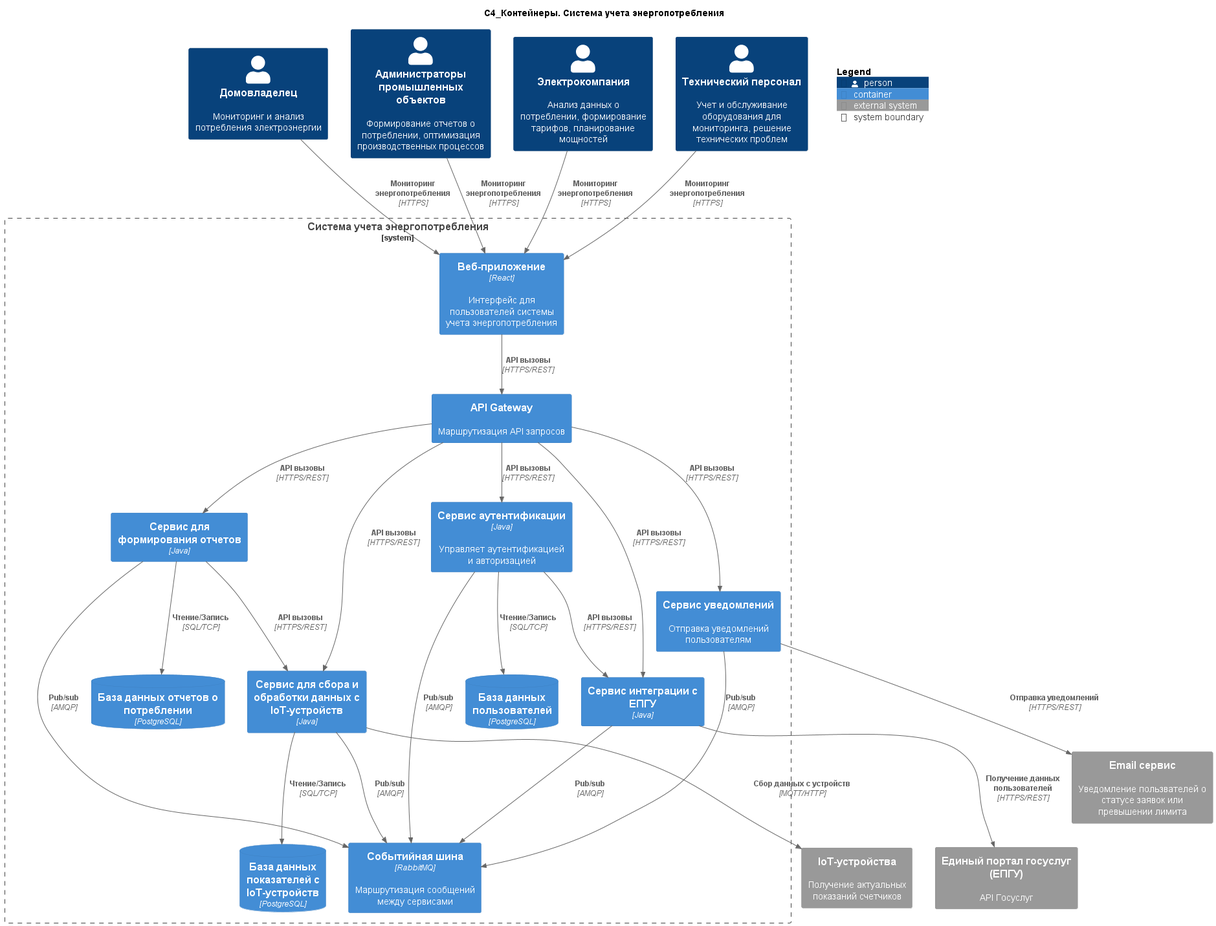
Earlier version of the PlantUML export out/2. Технический проект/container/Диаграмма контейнеров.png (I1yaMatveev/SoftwareDevelopmentTechnology).
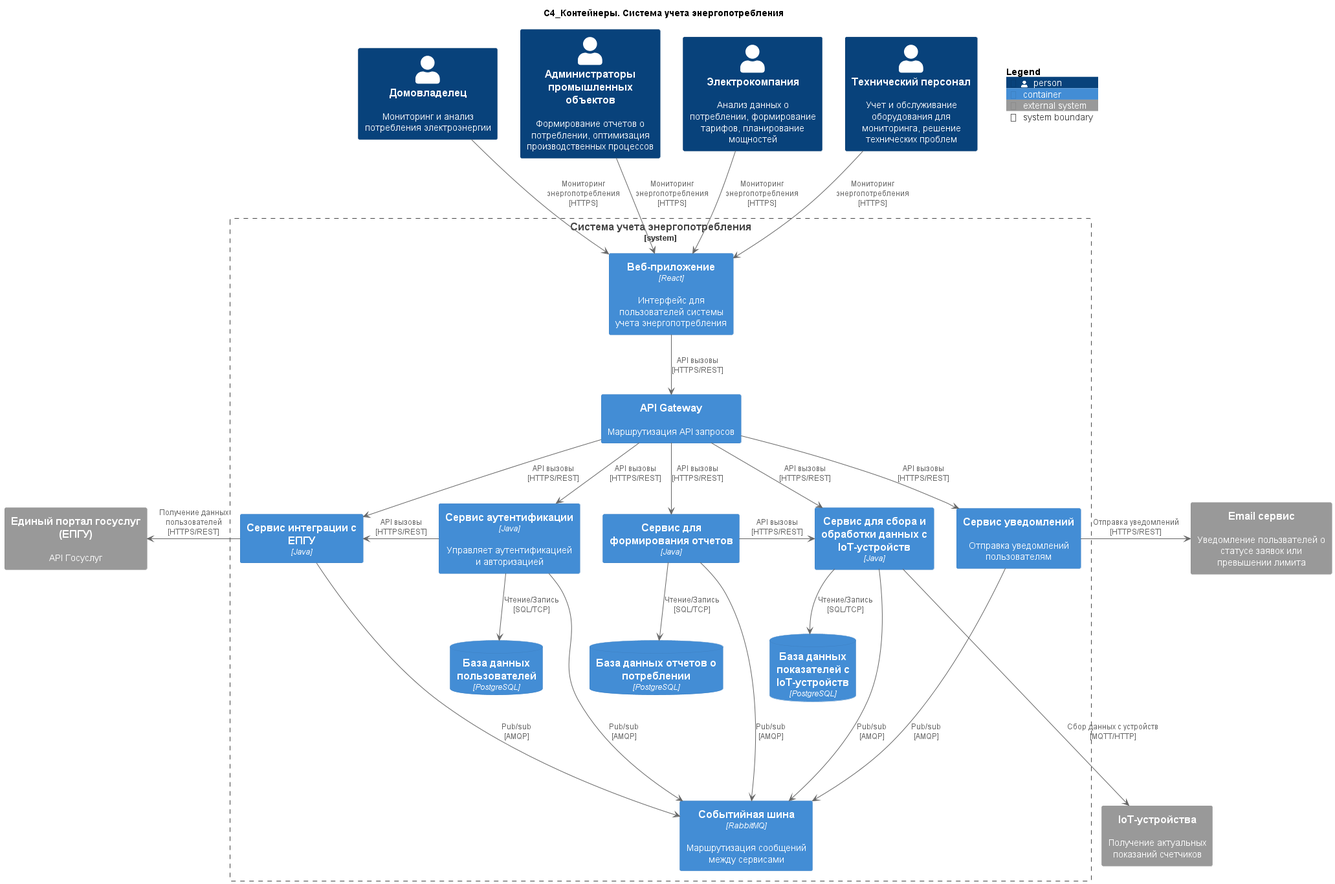
Later version of the same file.

Commit message:
Отредактировал диаграммы

Diff of the diagram source:
```diff
@@ -31,35 +31,36 @@
 System_Ext(govAPI, "Единый портал госуслуг (ЕПГУ)", "API Госуслуг")
 System_Ext(notificationServiceExt, "Email сервис", "Уведомление пользвателей о статусе заявок или превышении лимита")
 
-Rel(homeowner, webApp, "Мониторинг энергопотребления", "HTTPS")
-Rel(industrialFacilityAministrator, webApp, "Мониторинг энергопотребления", "HTTPS")
-Rel(electricCompany, webApp, "Мониторинг энергопотребления", "HTTPS")
-Rel(technicalStaff, webApp, "Мониторинг энергопотребления", "HTTPS")
+homeowner --> webApp : "Мониторинг энергопотребления\n[HTTPS]"
+industrialFacilityAministrator --> webApp : "Мониторинг энергопотребления\n[HTTPS]"
+electricCompany --> webApp : "Мониторинг энергопотребления\n[HTTPS]"
+technicalStaff --> webApp : "Мониторинг энергопотребления\n[HTTPS]"
 
-Rel(webApp, apiGateway, "API вызовы", "HTTPS/REST")
+webApp --> apiGateway : "API вызовы\n[HTTPS/REST]"
 
-Rel(apiGateway, authenticationService, "API вызовы", "HTTPS/REST")
-Rel(apiGateway, energyDataCollector, "API вызовы", "HTTPS/REST")
-Rel(apiGateway, reportService, "API вызовы", "HTTPS/REST")
-Rel(apiGateway, govPortalIntegrationService, "API вызовы", "HTTPS/REST")
-Rel(apiGateway, notificationService, "API вызовы", "HTTPS/REST")
+apiGateway --> authenticationService : "API вызовы\n[HTTPS/REST]"
+apiGateway --> govPortalIntegrationService : "API вызовы\n[HTTPS/REST]"
+authenticationService -right-> govPortalIntegrationService : "API вызовы\n[HTTPS/REST]"
 
-Rel(authenticationService, authDB, "Чтение/Запись", "SQL/TCP")
-Rel(energyDataCollector, energyDataCollectorDB, "Чтение/Запись", "SQL/TCP")
-Rel(reportService, reportDB, "Чтение/Запись", "SQL/TCP")
+apiGateway --> reportService : "API вызовы\n[HTTPS/REST]"
+apiGateway --> energyDataCollector : "API вызовы\n[HTTPS/REST]"
+reportService -right-> energyDataCollector : "API вызовы\n[HTTPS/REST]"
 
-Rel(authenticationService, govPortalIntegrationService, "API вызовы", "HTTPS/REST")
-Rel(reportService, energyDataCollector, "API вызовы", "HTTPS/REST")
+apiGateway --> notificationService : "API вызовы\n[HTTPS/REST]"
 
-Rel(govPortalIntegrationService, govAPI, "Получение данных пользователей", "HTTPS/REST")
-Rel(energyDataCollector, ioTDevices, "Сбор данных с устройств", "MQTT/HTTP")
-Rel(notificationService, notificationServiceExt, "Отправка уведомлений", "HTTPS/REST")
+authenticationService --> authDB : "Чтение/Запись\n[SQL/TCP]"
+energyDataCollector --> energyDataCollectorDB : "Чтение/Запись\n[SQL/TCP]"
+reportService --> reportDB : "Чтение/Запись\n[SQL/TCP]"
 
-Rel(authenticationService, messageBroker, "Pub/sub", "AMQP")
-Rel(energyDataCollector, messageBroker, "Pub/sub", "AMQP")
-Rel(reportService, messageBroker, "Pub/sub", "AMQP")
-Rel(govPortalIntegrationService, messageBroker, "Pub/sub", "AMQP")
-Rel(notificationService, messageBroker, "Pub/sub", "AMQP")
+govPortalIntegrationService -left-> govAPI : "Получение данных пользователей\n[HTTPS/REST]"
+energyDataCollector --down--> ioTDevices : "Сбор данных с устройств\n[MQTT/HTTP]"
+notificationService -right-> notificationServiceExt : "Отправка уведомлений\n[HTTPS/REST]"
+
+authenticationService ----> messageBroker : "Pub/sub\n[AMQP]"
+govPortalIntegrationService ----> messageBroker : "Pub/sub\n[AMQP]"
+reportService ----> messageBroker : "Pub/sub\n[AMQP]"
+energyDataCollector ----> messageBroker : "Pub/sub\n[AMQP]"
+notificationService ----> messageBroker : "Pub/sub\n[AMQP]"
 
 SHOW_FLOATING_LEGEND()
 
```
